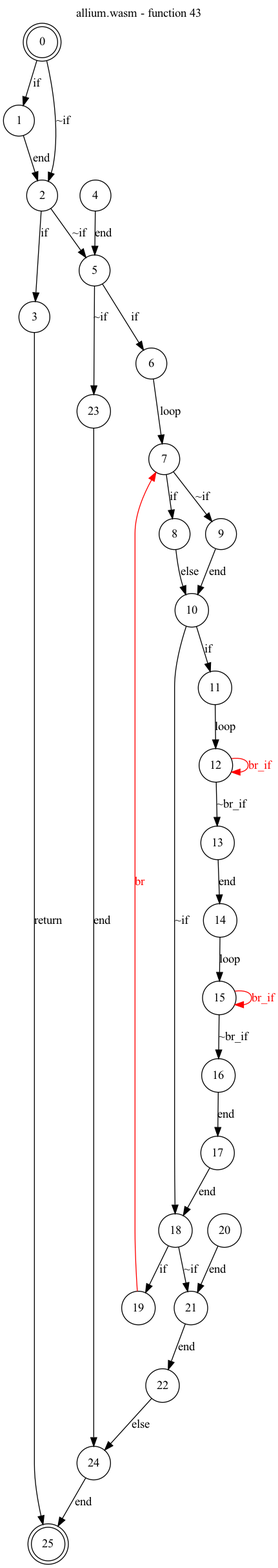
Before: test_cases/allium/funcs/allium-func43.png, a diagram exported from Graphviz (jsCarleton/wanalyze). Its source is kept beside it as test_cases/allium/funcs/allium-func43.dot. The source it was exported from:
```dot
digraph finite_state_machine {
    label = "allium.wasm - function 43"
    labelloc =  t
    labelfontsize = 16
    labelfontcolor = black
    labelfontname = "Helvetica"
    node [shape = doublecircle]; 0 25;
    node [shape = circle];
    0 -> 1[label="if"];
    0 -> 2[label="~if"];
    1 -> 2[label="end"];
    2 -> 3[label="if"];
    2 -> 5[label="~if"];
    3 -> 25[label="return"];
    4 -> 5[label="end"];
    5 -> 6[label="if"];
    5 -> 23[label="~if"];
    6 -> 7[label="loop"];
    7 -> 8[label="if"];
    7 -> 9[label="~if"];
    8 -> 10[label="else"];
    9 -> 10[label="end"];
    10 -> 11[label="if"];
    10 -> 18[label="~if"];
    11 -> 12[label="loop"];
    12 -> 13[label="~br_if"];
    12 -> 12[color="red" fontcolor="red" label="br_if"];
    13 -> 14[label="end"];
    14 -> 15[label="loop"];
    15 -> 16[label="~br_if"];
    15 -> 15[color="red" fontcolor="red" label="br_if"];
    16 -> 17[label="end"];
    17 -> 18[label="end"];
    18 -> 19[label="if"];
    18 -> 21[label="~if"];
    19 -> 7[color="red" fontcolor="red" label="br"];
    20 -> 21[label="end"];
    21 -> 22[label="end"];
    22 -> 24[label="else"];
    23 -> 24[label="end"];
    24 -> 25[label="end"];
}
```
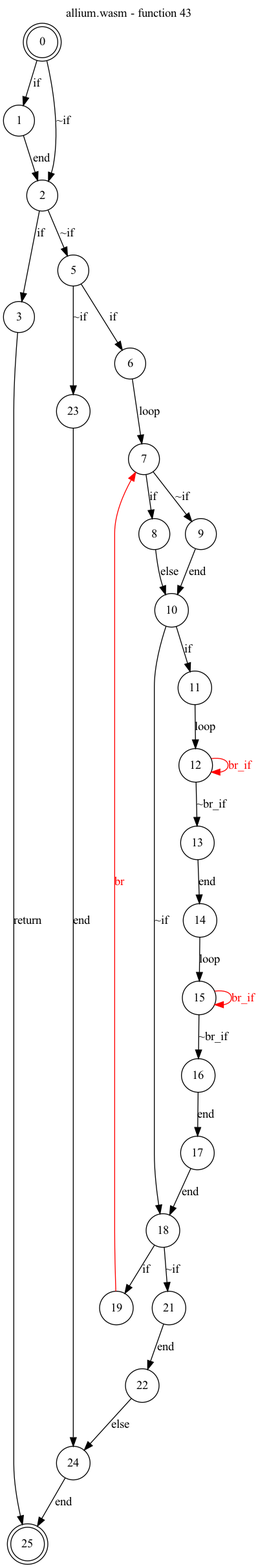
After the commit.

Diff of the diagram source:
```diff
@@ -12,7 +12,6 @@
     2 -> 3[label="if"];
     2 -> 5[label="~if"];
     3 -> 25[label="return"];
-    4 -> 5[label="end"];
     5 -> 6[label="if"];
     5 -> 23[label="~if"];
     6 -> 7[label="loop"];
@@ -34,7 +33,6 @@
     18 -> 19[label="if"];
     18 -> 21[label="~if"];
     19 -> 7[color="red" fontcolor="red" label="br"];
-    20 -> 21[label="end"];
     21 -> 22[label="end"];
     22 -> 24[label="else"];
     23 -> 24[label="end"];
```
